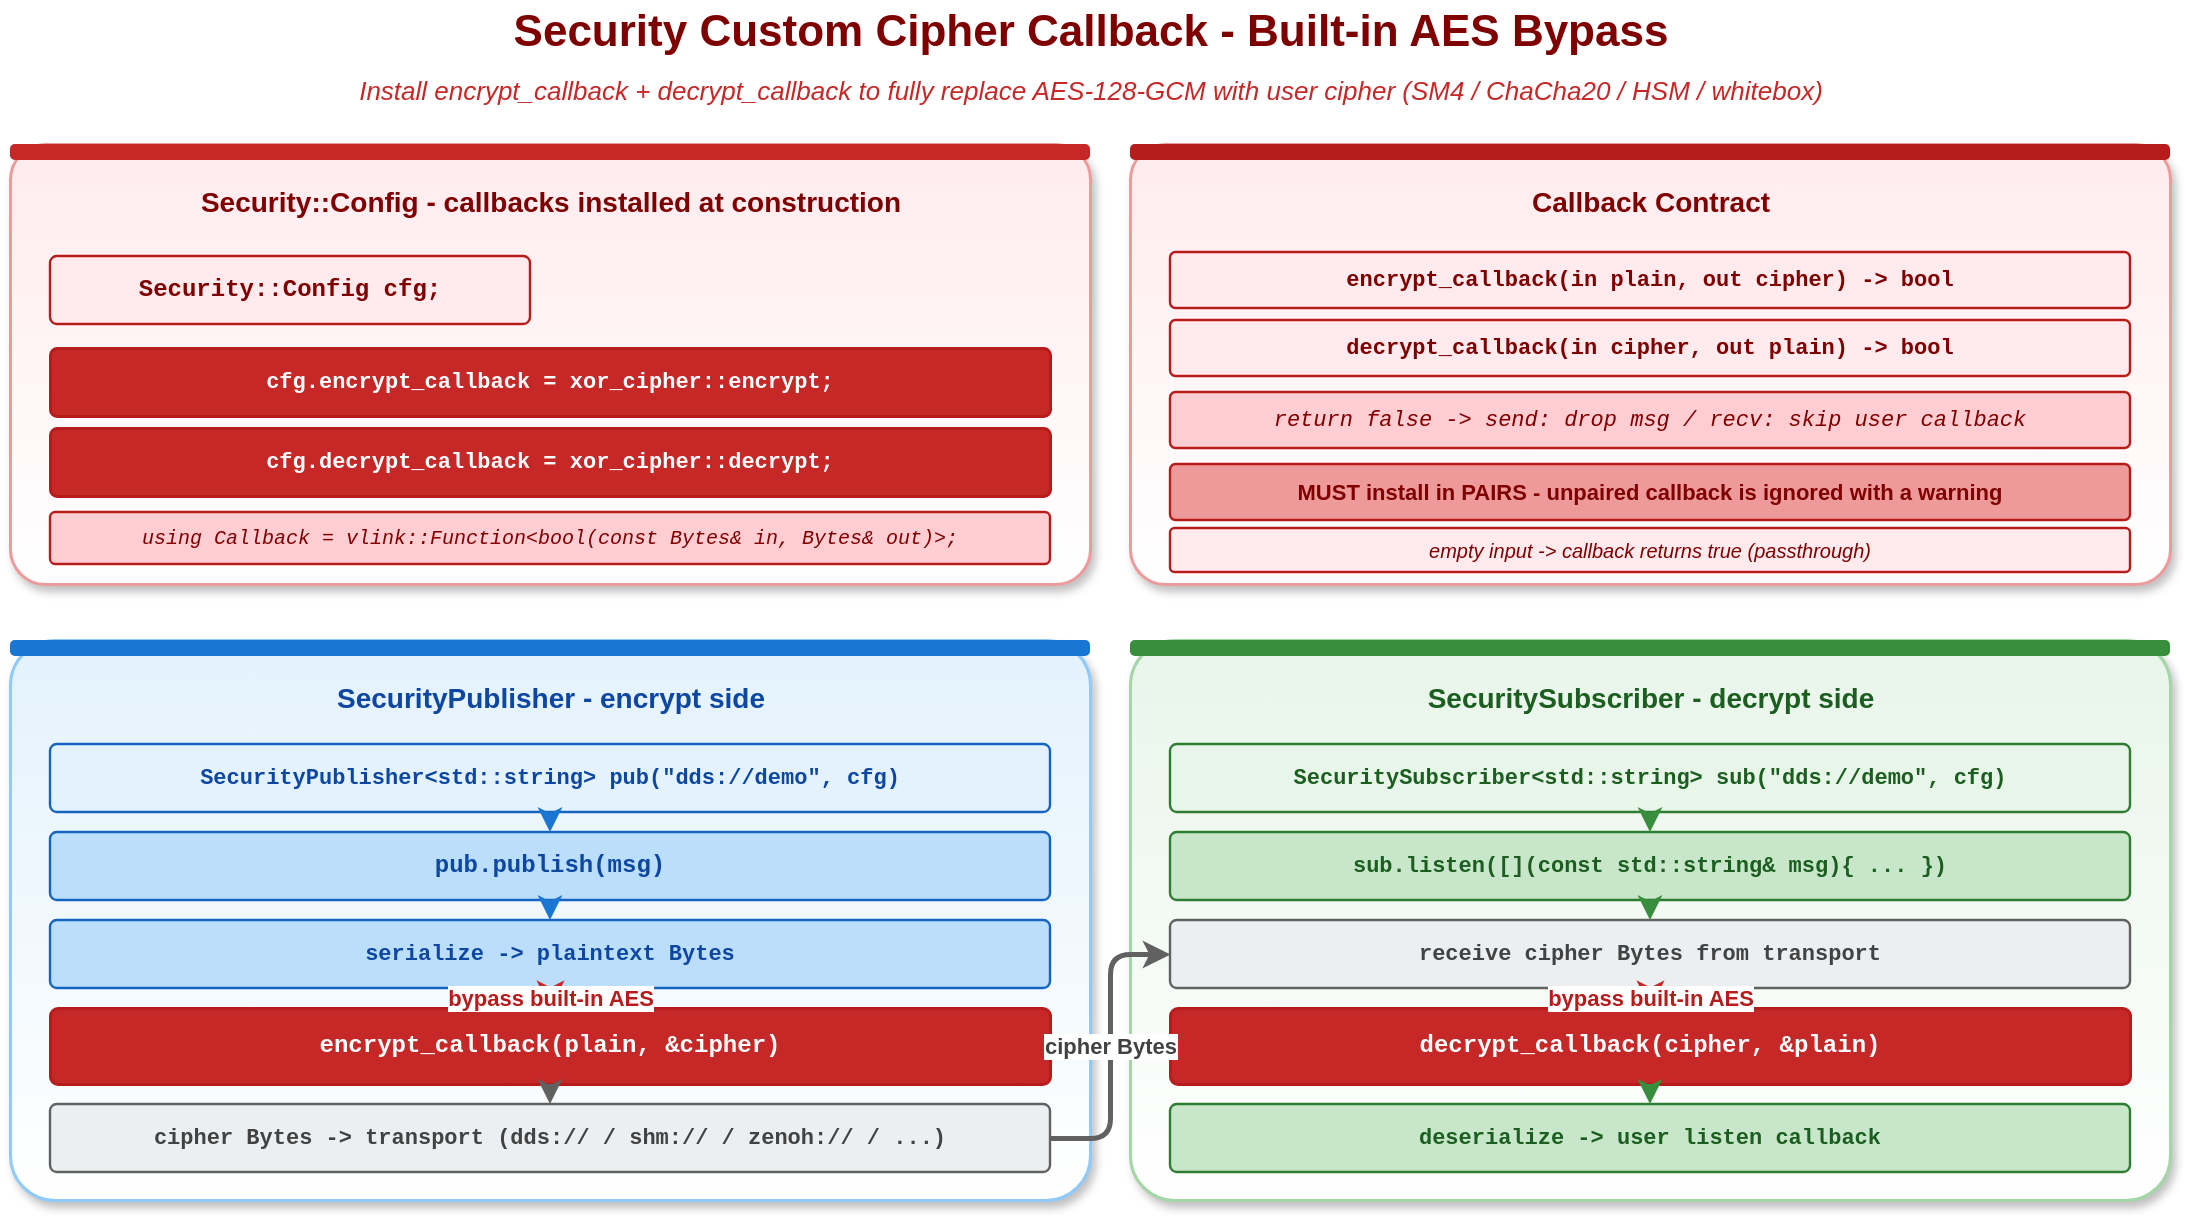
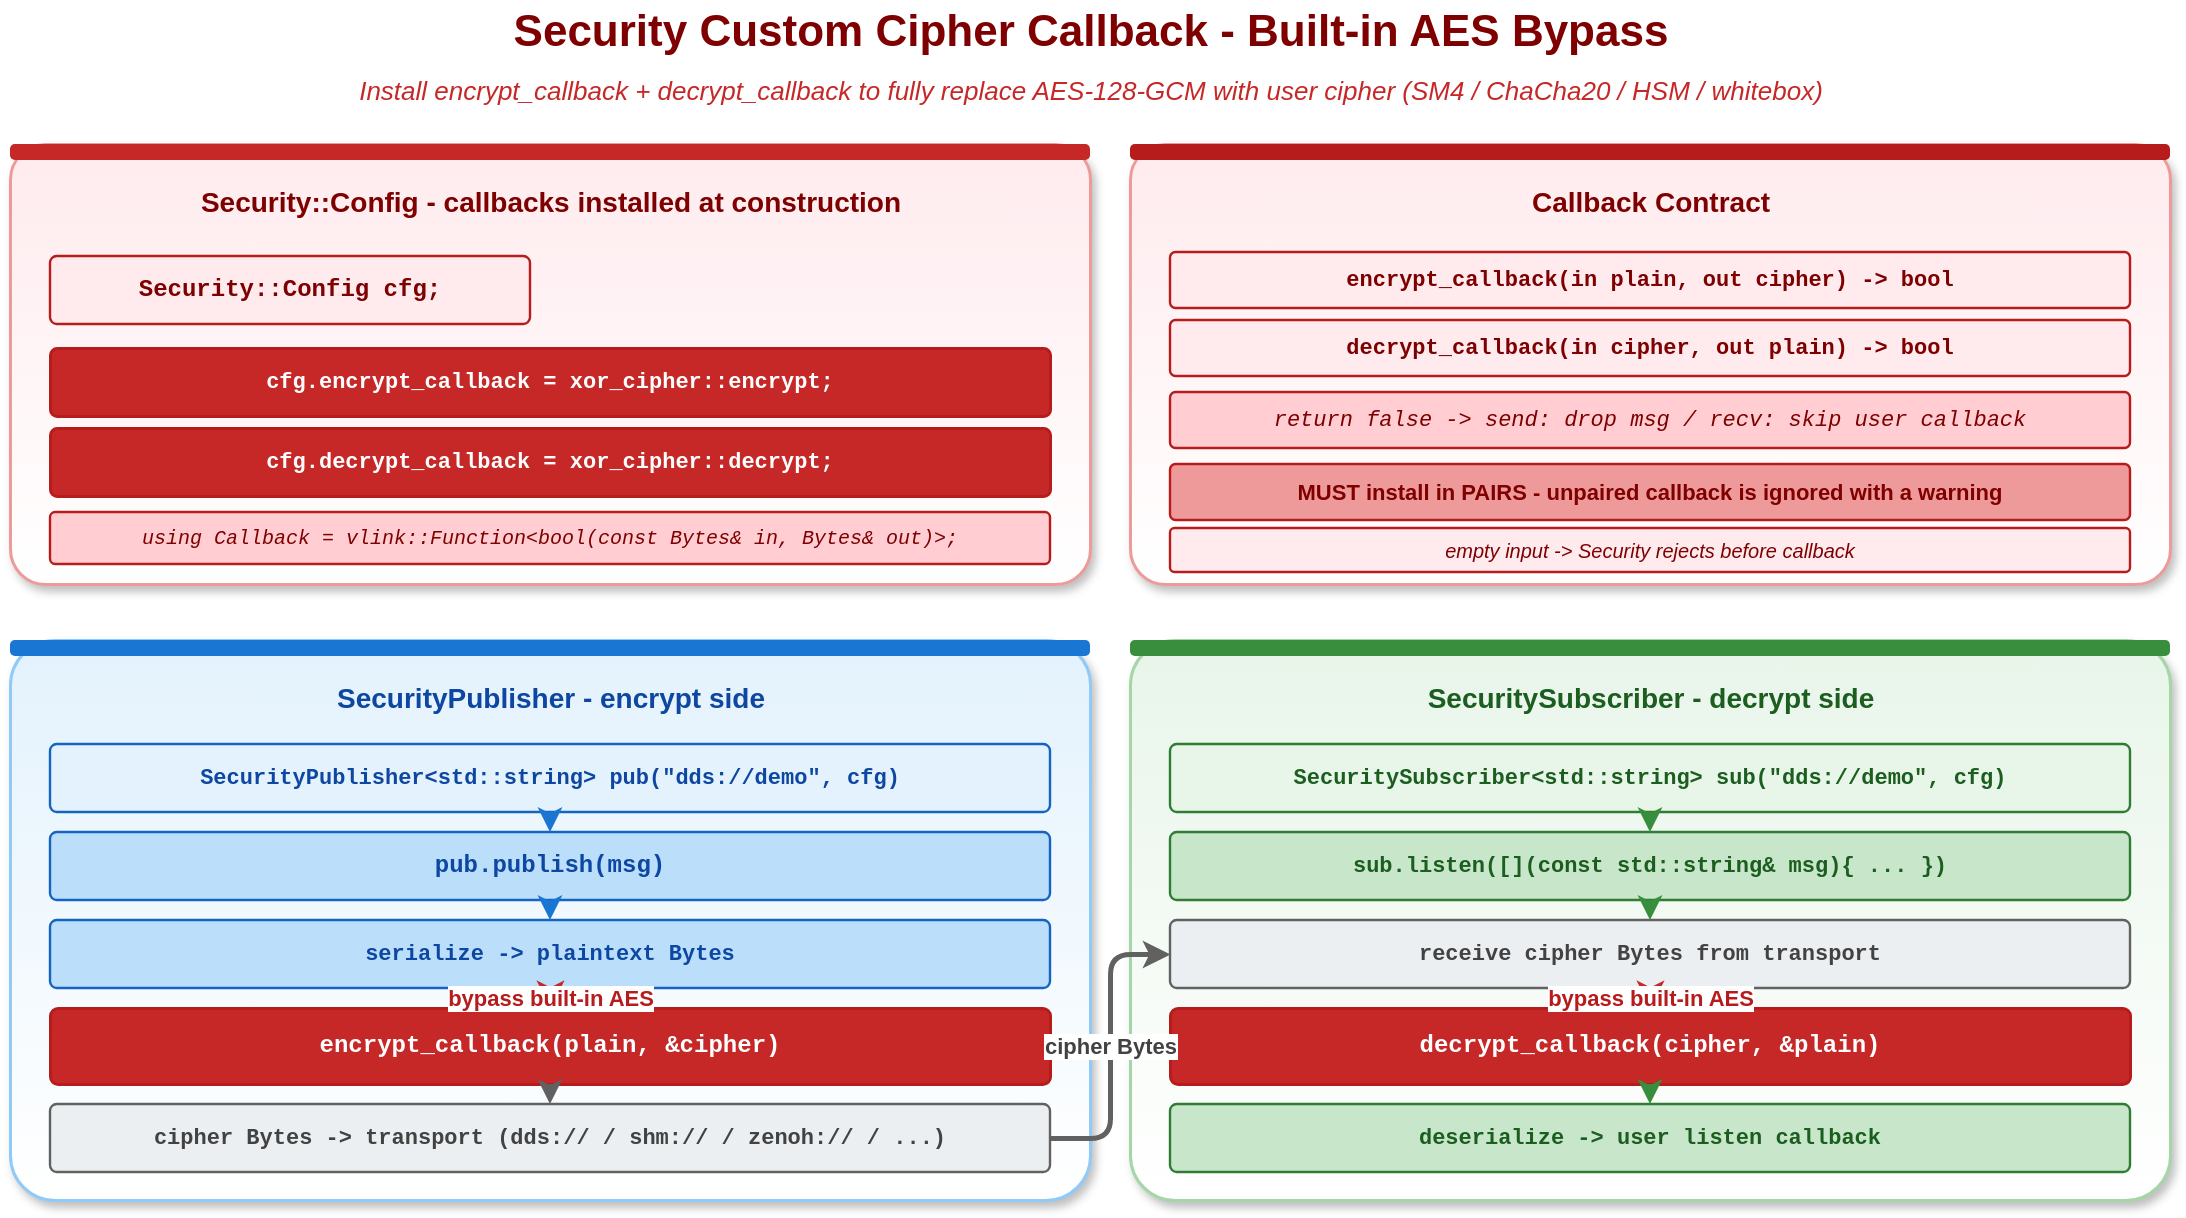
<mxfile host="app.diagrams.net" modified="2026-05-19T00:00:00.000Z" agent="Claude" version="24.0.0" type="device">
  <diagram id="security-custom-callback" name="Security Custom Callback">
    <mxGraphModel dx="1120" dy="640" grid="0" gridSize="10" guides="1" tooltips="1" connect="1" arrows="1" fold="1" page="1" pageScale="1" pageWidth="1120" pageHeight="640" math="0" shadow="0">
      <root>
        <mxCell id="0" />
        <mxCell id="1" parent="0" />

        <mxCell id="title" value="Security Custom Cipher Callback  -  Built-in AES Bypass" style="text;html=1;align=center;verticalAlign=middle;strokeColor=none;fillColor=none;fontSize=22;fontStyle=1;fontColor=#7f0000;" vertex="1" parent="1">
          <mxGeometry x="20" y="20" width="1080" height="32" as="geometry" />
        </mxCell>
        <mxCell id="sub" value="Install encrypt_callback + decrypt_callback to fully replace AES-128-GCM with user cipher (SM4 / ChaCha20 / HSM / whitebox)" style="text;html=1;align=center;verticalAlign=middle;strokeColor=none;fillColor=none;fontSize=13;fontStyle=2;fontColor=#c62828;" vertex="1" parent="1">
          <mxGeometry x="20" y="54" width="1080" height="22" as="geometry" />
        </mxCell>

        <!-- Top: Config (red) -->
        <mxCell id="cfgBg" value="" style="rounded=1;whiteSpace=wrap;html=1;fillColor=#ffffff;strokeColor=#ef9a9a;strokeWidth=1.5;arcSize=8;shadow=1;gradientColor=#ffebee;gradientDirection=north;" vertex="1" parent="1">
          <mxGeometry x="20" y="92" width="540" height="220" as="geometry" />
        </mxCell>
        <mxCell id="cfgBar" value="" style="rounded=1;whiteSpace=wrap;html=1;fillColor=#c62828;strokeColor=none;arcSize=30;" vertex="1" parent="1">
          <mxGeometry x="20" y="92" width="540" height="8" as="geometry" />
        </mxCell>
        <mxCell id="cfgT" value="Security::Config  -  callbacks installed at construction" style="text;html=1;align=center;verticalAlign=middle;strokeColor=none;fillColor=none;fontSize=14;fontStyle=1;fontColor=#7f0000;" vertex="1" parent="1">
          <mxGeometry x="20" y="108" width="540" height="26" as="geometry" />
        </mxCell>

        <mxCell id="cfg1" value="Security::Config cfg;" style="rounded=1;whiteSpace=wrap;html=1;fillColor=#ffebee;strokeColor=#b71c1c;strokeWidth=1.2;fontSize=12;fontFamily=Courier New;fontStyle=1;fontColor=#7f0000;arcSize=10;" vertex="1" parent="1">
          <mxGeometry x="40" y="148" width="240" height="34" as="geometry" />
        </mxCell>
        <mxCell id="cfg2" value="cfg.encrypt_callback = xor_cipher::encrypt;" style="rounded=1;whiteSpace=wrap;html=1;fillColor=#c62828;strokeColor=#b71c1c;strokeWidth=1.5;fontSize=11;fontFamily=Courier New;fontStyle=1;fontColor=#ffffff;arcSize=10;" vertex="1" parent="1">
          <mxGeometry x="40" y="194" width="500" height="34" as="geometry" />
        </mxCell>
        <mxCell id="cfg3" value="cfg.decrypt_callback = xor_cipher::decrypt;" style="rounded=1;whiteSpace=wrap;html=1;fillColor=#c62828;strokeColor=#b71c1c;strokeWidth=1.5;fontSize=11;fontFamily=Courier New;fontStyle=1;fontColor=#ffffff;arcSize=10;" vertex="1" parent="1">
          <mxGeometry x="40" y="234" width="500" height="34" as="geometry" />
        </mxCell>
        <mxCell id="cfgSig" value="using Callback = vlink::Function&amp;lt;bool(const Bytes&amp;amp; in, Bytes&amp;amp; out)&amp;gt;;" style="rounded=1;whiteSpace=wrap;html=1;fillColor=#ffcdd2;strokeColor=#b71c1c;strokeWidth=1.2;fontSize=10;fontFamily=Courier New;fontStyle=2;fontColor=#7f0000;arcSize=10;" vertex="1" parent="1">
          <mxGeometry x="40" y="276" width="500" height="26" as="geometry" />
        </mxCell>

        <!-- Top right: Pair contract -->
        <mxCell id="rulesBg" value="" style="rounded=1;whiteSpace=wrap;html=1;fillColor=#ffffff;strokeColor=#ef9a9a;strokeWidth=1.5;arcSize=8;shadow=1;gradientColor=#ffebee;gradientDirection=north;" vertex="1" parent="1">
          <mxGeometry x="580" y="92" width="520" height="220" as="geometry" />
        </mxCell>
        <mxCell id="rulesBar" value="" style="rounded=1;whiteSpace=wrap;html=1;fillColor=#b71c1c;strokeColor=none;arcSize=30;" vertex="1" parent="1">
          <mxGeometry x="580" y="92" width="520" height="8" as="geometry" />
        </mxCell>
        <mxCell id="rulesT" value="Callback Contract" style="text;html=1;align=center;verticalAlign=middle;strokeColor=none;fillColor=none;fontSize=14;fontStyle=1;fontColor=#7f0000;" vertex="1" parent="1">
          <mxGeometry x="580" y="108" width="520" height="26" as="geometry" />
        </mxCell>

        <mxCell id="rule1" value="encrypt_callback(in plain, out cipher) -&amp;gt; bool" style="rounded=1;whiteSpace=wrap;html=1;fillColor=#ffebee;strokeColor=#b71c1c;strokeWidth=1.2;fontSize=11;fontFamily=Courier New;fontStyle=1;fontColor=#7f0000;arcSize=10;" vertex="1" parent="1">
          <mxGeometry x="600" y="146" width="480" height="28" as="geometry" />
        </mxCell>
        <mxCell id="rule2" value="decrypt_callback(in cipher, out plain) -&amp;gt; bool" style="rounded=1;whiteSpace=wrap;html=1;fillColor=#ffebee;strokeColor=#b71c1c;strokeWidth=1.2;fontSize=11;fontFamily=Courier New;fontStyle=1;fontColor=#7f0000;arcSize=10;" vertex="1" parent="1">
          <mxGeometry x="600" y="180" width="480" height="28" as="geometry" />
        </mxCell>
        <mxCell id="rule3" value="return false  -&amp;gt;  send: drop msg  /  recv: skip user callback" style="rounded=1;whiteSpace=wrap;html=1;fillColor=#ffcdd2;strokeColor=#b71c1c;strokeWidth=1.2;fontSize=11;fontFamily=Courier New;fontStyle=2;fontColor=#7f0000;arcSize=10;" vertex="1" parent="1">
          <mxGeometry x="600" y="216" width="480" height="28" as="geometry" />
        </mxCell>
        <mxCell id="rule4" value="MUST install in PAIRS  -  unpaired callback is ignored with a warning" style="rounded=1;whiteSpace=wrap;html=1;fillColor=#ef9a9a;strokeColor=#b71c1c;strokeWidth=1.2;fontSize=11;fontStyle=1;fontColor=#7f0000;arcSize=10;" vertex="1" parent="1">
          <mxGeometry x="600" y="252" width="480" height="28" as="geometry" />
        </mxCell>
-         <mxCell id="rule5" value="empty input -&amp;gt; callback returns true (passthrough)" style="rounded=1;whiteSpace=wrap;html=1;fillColor=#ffebee;strokeColor=#b71c1c;strokeWidth=1.2;fontSize=10;fontStyle=2;fontColor=#7f0000;arcSize=10;" vertex="1" parent="1">
+         <mxCell id="rule5" value="empty input -&amp;gt; Security rejects before callback" style="rounded=1;whiteSpace=wrap;html=1;fillColor=#ffebee;strokeColor=#b71c1c;strokeWidth=1.2;fontSize=10;fontStyle=2;fontColor=#7f0000;arcSize=10;" vertex="1" parent="1">
          <mxGeometry x="600" y="284" width="480" height="22" as="geometry" />
        </mxCell>

        <!-- Bottom: Encrypt path -->
        <mxCell id="pubBg" value="" style="rounded=1;whiteSpace=wrap;html=1;fillColor=#ffffff;strokeColor=#90caf9;strokeWidth=1.5;arcSize=8;shadow=1;gradientColor=#e3f2fd;gradientDirection=north;" vertex="1" parent="1">
          <mxGeometry x="20" y="340" width="540" height="280" as="geometry" />
        </mxCell>
        <mxCell id="pubBar" value="" style="rounded=1;whiteSpace=wrap;html=1;fillColor=#1976d2;strokeColor=none;arcSize=30;" vertex="1" parent="1">
          <mxGeometry x="20" y="340" width="540" height="8" as="geometry" />
        </mxCell>
        <mxCell id="pubT" value="SecurityPublisher  -  encrypt side" style="text;html=1;align=center;verticalAlign=middle;strokeColor=none;fillColor=none;fontSize=14;fontStyle=1;fontColor=#0d47a1;" vertex="1" parent="1">
          <mxGeometry x="20" y="356" width="540" height="26" as="geometry" />
        </mxCell>

        <mxCell id="pb1" value="SecurityPublisher&amp;lt;std::string&amp;gt; pub(&quot;dds://demo&quot;, cfg)" style="rounded=1;whiteSpace=wrap;html=1;fillColor=#e3f2fd;strokeColor=#1565c0;strokeWidth=1.2;fontSize=11;fontFamily=Courier New;fontStyle=1;fontColor=#0d47a1;arcSize=10;" vertex="1" parent="1">
          <mxGeometry x="40" y="392" width="500" height="34" as="geometry" />
        </mxCell>
        <mxCell id="pb2" value="pub.publish(msg)" style="rounded=1;whiteSpace=wrap;html=1;fillColor=#bbdefb;strokeColor=#1565c0;strokeWidth=1.2;fontSize=12;fontFamily=Courier New;fontStyle=1;fontColor=#0d47a1;arcSize=10;" vertex="1" parent="1">
          <mxGeometry x="40" y="436" width="500" height="34" as="geometry" />
        </mxCell>
        <mxCell id="pb3" value="serialize -&amp;gt; plaintext Bytes" style="rounded=1;whiteSpace=wrap;html=1;fillColor=#bbdefb;strokeColor=#1565c0;strokeWidth=1.2;fontSize=11;fontFamily=Courier New;fontStyle=1;fontColor=#0d47a1;arcSize=10;" vertex="1" parent="1">
          <mxGeometry x="40" y="480" width="500" height="34" as="geometry" />
        </mxCell>
        <mxCell id="pb4" value="encrypt_callback(plain, &amp;amp;cipher)" style="rounded=1;whiteSpace=wrap;html=1;fillColor=#c62828;strokeColor=#b71c1c;strokeWidth=1.5;fontSize=12;fontFamily=Courier New;fontStyle=1;fontColor=#ffffff;arcSize=10;" vertex="1" parent="1">
          <mxGeometry x="40" y="524" width="500" height="38" as="geometry" />
        </mxCell>
        <mxCell id="pb5" value="cipher Bytes -&amp;gt; transport (dds:// / shm:// / zenoh:// / ...)" style="rounded=1;whiteSpace=wrap;html=1;fillColor=#eceff1;strokeColor=#616161;strokeWidth=1.2;fontSize=11;fontFamily=Courier New;fontStyle=1;fontColor=#424242;arcSize=10;" vertex="1" parent="1">
          <mxGeometry x="40" y="572" width="500" height="34" as="geometry" />
        </mxCell>

        <!-- Bottom right: Decrypt path -->
        <mxCell id="subBg" value="" style="rounded=1;whiteSpace=wrap;html=1;fillColor=#ffffff;strokeColor=#a5d6a7;strokeWidth=1.5;arcSize=8;shadow=1;gradientColor=#e8f5e9;gradientDirection=north;" vertex="1" parent="1">
          <mxGeometry x="580" y="340" width="520" height="280" as="geometry" />
        </mxCell>
        <mxCell id="subBar" value="" style="rounded=1;whiteSpace=wrap;html=1;fillColor=#388e3c;strokeColor=none;arcSize=30;" vertex="1" parent="1">
          <mxGeometry x="580" y="340" width="520" height="8" as="geometry" />
        </mxCell>
        <mxCell id="subT" value="SecuritySubscriber  -  decrypt side" style="text;html=1;align=center;verticalAlign=middle;strokeColor=none;fillColor=none;fontSize=14;fontStyle=1;fontColor=#1b5e20;" vertex="1" parent="1">
          <mxGeometry x="580" y="356" width="520" height="26" as="geometry" />
        </mxCell>

        <mxCell id="sb1" value="SecuritySubscriber&amp;lt;std::string&amp;gt; sub(&quot;dds://demo&quot;, cfg)" style="rounded=1;whiteSpace=wrap;html=1;fillColor=#e8f5e9;strokeColor=#2e7d32;strokeWidth=1.2;fontSize=11;fontFamily=Courier New;fontStyle=1;fontColor=#1b5e20;arcSize=10;" vertex="1" parent="1">
          <mxGeometry x="600" y="392" width="480" height="34" as="geometry" />
        </mxCell>
        <mxCell id="sb2" value="sub.listen([](const std::string&amp;amp; msg){ ... })" style="rounded=1;whiteSpace=wrap;html=1;fillColor=#c8e6c9;strokeColor=#2e7d32;strokeWidth=1.2;fontSize=11;fontFamily=Courier New;fontStyle=1;fontColor=#1b5e20;arcSize=10;" vertex="1" parent="1">
          <mxGeometry x="600" y="436" width="480" height="34" as="geometry" />
        </mxCell>
        <mxCell id="sb3" value="receive cipher Bytes from transport" style="rounded=1;whiteSpace=wrap;html=1;fillColor=#eceff1;strokeColor=#616161;strokeWidth=1.2;fontSize=11;fontFamily=Courier New;fontStyle=1;fontColor=#424242;arcSize=10;" vertex="1" parent="1">
          <mxGeometry x="600" y="480" width="480" height="34" as="geometry" />
        </mxCell>
        <mxCell id="sb4" value="decrypt_callback(cipher, &amp;amp;plain)" style="rounded=1;whiteSpace=wrap;html=1;fillColor=#c62828;strokeColor=#b71c1c;strokeWidth=1.5;fontSize=12;fontFamily=Courier New;fontStyle=1;fontColor=#ffffff;arcSize=10;" vertex="1" parent="1">
          <mxGeometry x="600" y="524" width="480" height="38" as="geometry" />
        </mxCell>
        <mxCell id="sb5" value="deserialize -&amp;gt; user listen callback" style="rounded=1;whiteSpace=wrap;html=1;fillColor=#c8e6c9;strokeColor=#2e7d32;strokeWidth=1.2;fontSize=11;fontFamily=Courier New;fontStyle=1;fontColor=#1b5e20;arcSize=10;" vertex="1" parent="1">
          <mxGeometry x="600" y="572" width="480" height="34" as="geometry" />
        </mxCell>

        <!-- arrows pub -->
        <mxCell id="apb1" style="endArrow=classic;endFill=1;html=1;strokeWidth=2;strokeColor=#1976d2;exitX=0.5;exitY=1;entryX=0.5;entryY=0;rounded=1;" edge="1" parent="1" source="pb1" target="pb2">
          <mxGeometry relative="1" as="geometry" />
        </mxCell>
        <mxCell id="apb2" style="endArrow=classic;endFill=1;html=1;strokeWidth=2;strokeColor=#1976d2;exitX=0.5;exitY=1;entryX=0.5;entryY=0;rounded=1;" edge="1" parent="1" source="pb2" target="pb3">
          <mxGeometry relative="1" as="geometry" />
        </mxCell>
        <mxCell id="apb3" value="bypass built-in AES" style="endArrow=classic;endFill=1;html=1;strokeWidth=2.5;strokeColor=#c62828;exitX=0.5;exitY=1;entryX=0.5;entryY=0;rounded=1;fontSize=11;fontStyle=1;fontColor=#b71c1c;labelBackgroundColor=#ffffff;" edge="1" parent="1" source="pb3" target="pb4">
          <mxGeometry relative="1" as="geometry" />
        </mxCell>
        <mxCell id="apb4" style="endArrow=classic;endFill=1;html=1;strokeWidth=2;strokeColor=#616161;exitX=0.5;exitY=1;entryX=0.5;entryY=0;rounded=1;" edge="1" parent="1" source="pb4" target="pb5">
          <mxGeometry relative="1" as="geometry" />
        </mxCell>

        <!-- arrows sub -->
        <mxCell id="asb1" style="endArrow=classic;endFill=1;html=1;strokeWidth=2;strokeColor=#388e3c;exitX=0.5;exitY=1;entryX=0.5;entryY=0;rounded=1;" edge="1" parent="1" source="sb1" target="sb2">
          <mxGeometry relative="1" as="geometry" />
        </mxCell>
        <mxCell id="asb2" style="endArrow=classic;endFill=1;html=1;strokeWidth=2;strokeColor=#388e3c;exitX=0.5;exitY=1;entryX=0.5;entryY=0;rounded=1;" edge="1" parent="1" source="sb2" target="sb3">
          <mxGeometry relative="1" as="geometry" />
        </mxCell>
        <mxCell id="asb3" value="bypass built-in AES" style="endArrow=classic;endFill=1;html=1;strokeWidth=2.5;strokeColor=#c62828;exitX=0.5;exitY=1;entryX=0.5;entryY=0;rounded=1;fontSize=11;fontStyle=1;fontColor=#b71c1c;labelBackgroundColor=#ffffff;" edge="1" parent="1" source="sb3" target="sb4">
          <mxGeometry relative="1" as="geometry" />
        </mxCell>
        <mxCell id="asb4" style="endArrow=classic;endFill=1;html=1;strokeWidth=2;strokeColor=#388e3c;exitX=0.5;exitY=1;entryX=0.5;entryY=0;rounded=1;" edge="1" parent="1" source="sb4" target="sb5">
          <mxGeometry relative="1" as="geometry" />
        </mxCell>

        <!-- cross transport -->
        <mxCell id="acrx" value="cipher Bytes" style="endArrow=classic;endFill=1;html=1;strokeWidth=2.5;strokeColor=#616161;exitX=1;exitY=0.5;entryX=0;entryY=0.5;rounded=1;edgeStyle=orthogonalEdgeStyle;fontSize=11;fontStyle=1;fontColor=#424242;labelBackgroundColor=#ffffff;" edge="1" parent="1" source="pb5" target="sb3">
          <mxGeometry relative="1" as="geometry" />
        </mxCell>

      </root>
    </mxGraphModel>
  </diagram>
</mxfile>
